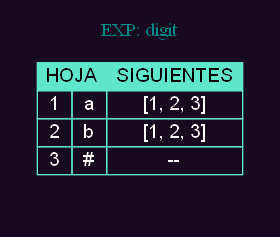
This is ExRegan1/REPORTES/SIGUIENTES_202100953/Tabla_siguientes_digit.png from Damaris-Muralles/OLC_ExRegan, a Graphviz export, as it was before one commit. Its source is kept beside it as ExRegan1/REPORTES/SIGUIENTES_202100953/Tabla_siguientes_digit.dot. Source of this version:
```dot
digraph G {

    fontcolor="cyan4"
    bgcolor="#170920"
    node [fontname="Helvetica,Arial,sans-serif", shape=none, ordering="in"]
    label=" "

    subgraph cluster01{
        color="#170920"
        label="EXP: digit"
        n0 [label = <
                <table border="0" cellspacing="0" cellborder="1" color="#5ee7cd">
                    <tr><td  colspan="2" align="center" bgcolor="#5ee7cd"><font color="black"> HOJA </font></td>
                    <td  align="center" bgcolor="#5ee7cd"><font color="black"> SIGUIENTES </font></td></tr>
                    <tr><td><font color="white" align="center">1</font></td>
                    <td align="center"><font color="white">a</font></td>
                    <td ><font color="white" align="center">[1, 2, 3]</font></td></tr>
                    <tr><td><font color="white" align="center">2</font></td>
                    <td align="center"><font color="white">b</font></td>
                    <td ><font color="white" align="center">[1, 2, 3]</font></td></tr>
                    <tr><td><font color="white" align="center">3</font></td>
                    <td align="center"><font color="white">#</font></td>
                    <td ><font color="white" align="center">--</font></td></tr>
                </table>
        > ] ;
    }
}
```
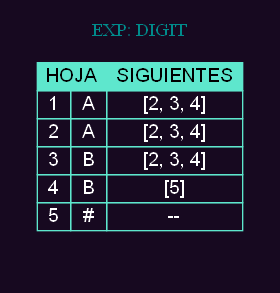
Later version of the same file.

The edit, as a diff of the source:
```diff
@@ -7,18 +7,24 @@
 
     subgraph cluster01{
         color="#170920"
-        label="EXP: digit"
+        label="EXP: DIGIT"
         n0 [label = <
                 <table border="0" cellspacing="0" cellborder="1" color="#5ee7cd">
                     <tr><td  colspan="2" align="center" bgcolor="#5ee7cd"><font color="black"> HOJA </font></td>
                     <td  align="center" bgcolor="#5ee7cd"><font color="black"> SIGUIENTES </font></td></tr>
                     <tr><td><font color="white" align="center">1</font></td>
-                    <td align="center"><font color="white">a</font></td>
-                    <td ><font color="white" align="center">[1, 2, 3]</font></td></tr>
+                    <td align="center"><font color="white">A</font></td>
+                    <td ><font color="white" align="center">[2, 3, 4]</font></td></tr>
                     <tr><td><font color="white" align="center">2</font></td>
-                    <td align="center"><font color="white">b</font></td>
-                    <td ><font color="white" align="center">[1, 2, 3]</font></td></tr>
+                    <td align="center"><font color="white">A</font></td>
+                    <td ><font color="white" align="center">[2, 3, 4]</font></td></tr>
                     <tr><td><font color="white" align="center">3</font></td>
+                    <td align="center"><font color="white">B</font></td>
+                    <td ><font color="white" align="center">[2, 3, 4]</font></td></tr>
+                    <tr><td><font color="white" align="center">4</font></td>
+                    <td align="center"><font color="white">B</font></td>
+                    <td ><font color="white" align="center">[5]</font></td></tr>
+                    <tr><td><font color="white" align="center">5</font></td>
                     <td align="center"><font color="white">#</font></td>
                     <td ><font color="white" align="center">--</font></td></tr>
                 </table>
```
